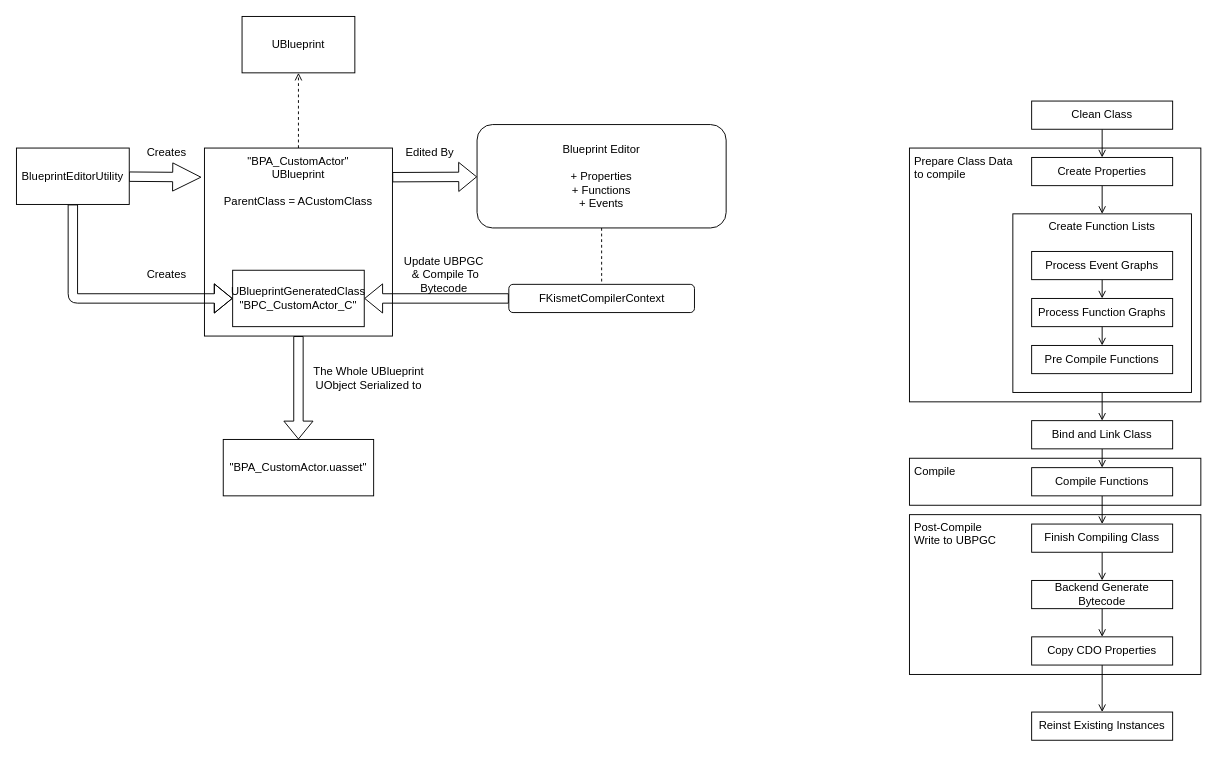
reforia/reforia.github.io keeps this draw.io diagram as assets/img/post-data/unreal/engine/bpvm-bytecode/bytecode.drawio. Above is the earlier version. Source tidied: cells renumbered, new cells numbered last; positions are measured from the earlier drawing's top-left corner, leaving out a move shared by most shapes. Both pictures are drawn from the tidied source at 94%, with x=0, y=0 at pixel (16, 16).
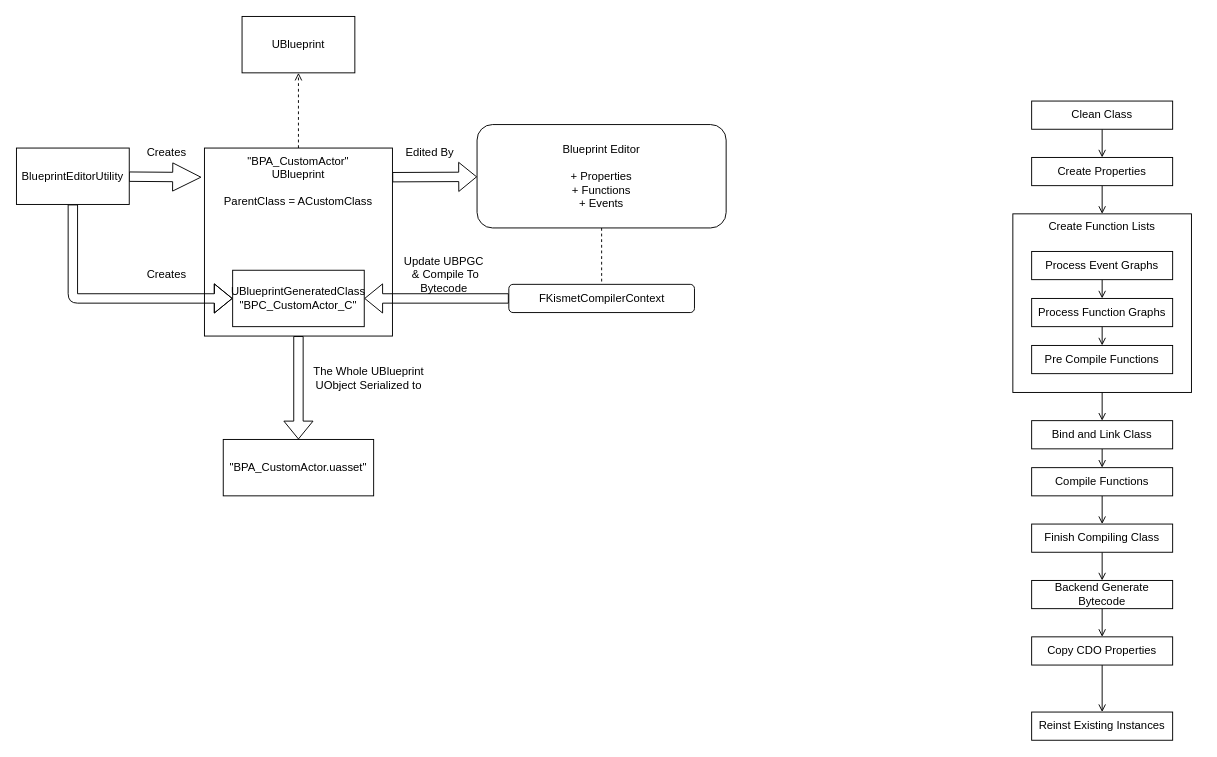
The same page after the edit.

Commit message (it also covers changes not shown here):
Update bytecode diagram with adjusted dimensions and remove outdated nodes

Diff of the diagram source:
```diff
@@
-    <mxCell id="2" value="&amp;nbsp;Post-Compile&lt;br&gt;&amp;nbsp;Write to UBPGC" style="rounded=0;whiteSpace=wrap;html=1;verticalAlign=top;align=left;" parent="1" vertex="1">
-      <mxGeometry x="950" y="530" width="310" height="170" as="geometry" />
-    </mxCell>
-    <mxCell id="3" value="&amp;nbsp;Compile" style="rounded=0;whiteSpace=wrap;html=1;verticalAlign=top;align=left;" parent="1" vertex="1">
-      <mxGeometry x="950" y="470" width="310" height="50" as="geometry" />
-    </mxCell>
-    <mxCell id="4" value="&amp;nbsp;Prepare Class Data&lt;br&gt;&amp;nbsp;to compile" style="rounded=0;whiteSpace=wrap;html=1;verticalAlign=top;align=left;" parent="1" vertex="1">
-      <mxGeometry x="950" y="140" width="310" height="270" as="geometry" />
-    </mxCell>
```
